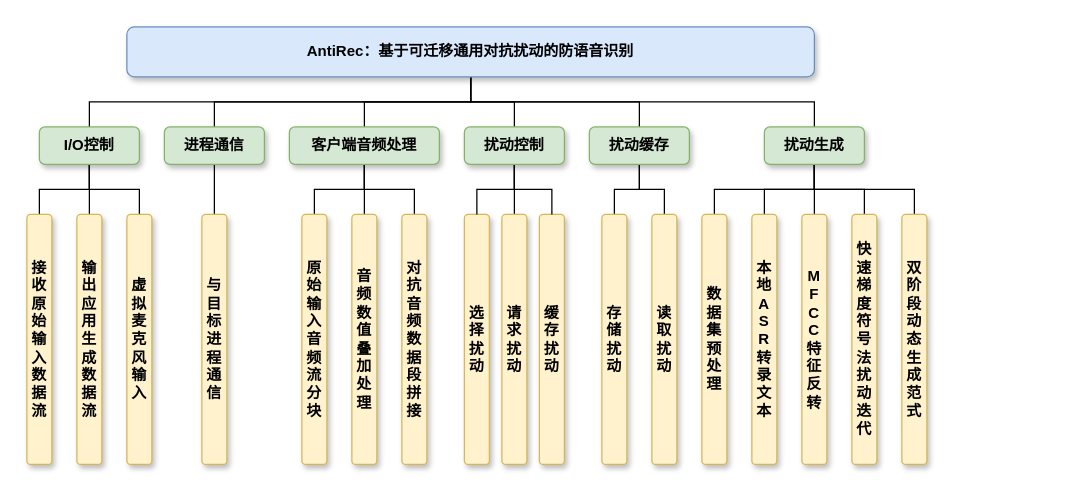
Above: 信安作品赛-系统功能模块.drawio in Momoyeyu/Draw.io-Repo (draw.io), before the change. Source tidied: cells renumbered, new cells numbered last; positions are measured from the earlier drawing's top-left corner, leaving out a move shared by most shapes. Both pictures are drawn from the tidied source at 125%, with x=0, y=0 at pixel (26, 26).
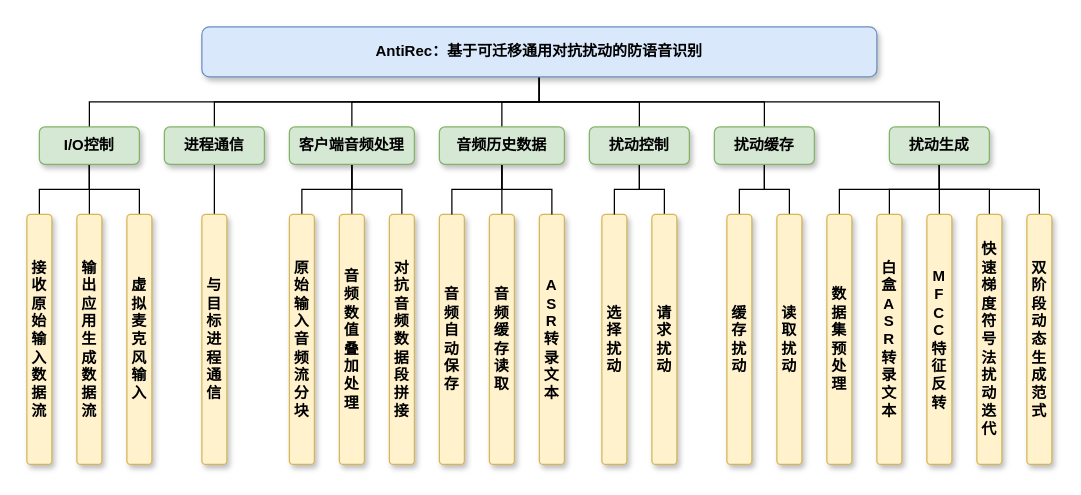
The same page after the edit.

Commit message:
更新信安作品赛-系统功能模块.drawio

What changed in the source:
```diff
@@
+    <mxCell id="49" style="edgeStyle=orthogonalEdgeStyle;rounded=0;jettySize=auto;html=1;exitX=0.5;exitY=1;exitDx=0;exitDy=0;endArrow=none;endFill=0;" parent="1" edge="1" source="8" target="55">
+      <mxGeometry relative="1" as="geometry" />
+    </mxCell>
     <mxCell id="8" value="AntiRec：基于可迁移通用对抗扰动的防语音识别" style="rounded=1;whiteSpace=wrap;html=1;fillColor=#dae8fc;strokeColor=#6c8ebf;shadow=1;fontStyle=1;" parent="1" vertex="1">
-      <mxGeometry x="80" width="550" height="40" as="geometry" />
+      <mxGeometry x="140" width="540" height="40" as="geometry" />
     </mxCell>
@@
     <mxCell id="22" value="客户端音频处理" style="rounded=1;whiteSpace=wrap;html=1;fillColor=#d5e8d4;strokeColor=#82b366;fontStyle=1;shadow=1;" parent="1" vertex="1">
-      <mxGeometry x="210" y="80" width="120" height="30" as="geometry" />
+      <mxGeometry x="210" y="80" width="100" height="30" as="geometry" />
     </mxCell>
     <mxCell id="23" value="原始输入音频流分块" style="rounded=1;whiteSpace=wrap;html=1;fillColor=#fff2cc;strokeColor=#d6b656;fontStyle=1;shadow=1;" parent="1" vertex="1">
-      <mxGeometry x="220" y="150" width="20" height="200" as="geometry" />
+      <mxGeometry x="210" y="150" width="20" height="200" as="geometry" />
     </mxCell>
     <mxCell id="24" value="对抗音频数据段拼接" style="rounded=1;whiteSpace=wrap;html=1;fillColor=#fff2cc;strokeColor=#d6b656;fontStyle=1;shadow=1;" parent="1" vertex="1">
-      <mxGeometry x="300" y="150" width="20" height="200" as="geometry" />
+      <mxGeometry x="290" y="150" width="20" height="200" as="geometry" />
     </mxCell>
     <mxCell id="25" value="音频数值叠加处理" style="rounded=1;whiteSpace=wrap;html=1;fillColor=#fff2cc;strokeColor=#d6b656;fontStyle=1;shadow=1;" parent="1" vertex="1">
-      <mxGeometry x="260" y="150" width="20" height="200" as="geometry" />
+      <mxGeometry x="250" y="150" width="20" height="200" as="geometry" />
     </mxCell>
-    <mxCell id="26" value="缓存扰动" style="rounded=1;whiteSpace=wrap;html=1;fillColor=#fff2cc;strokeColor=#d6b656;fontStyle=1;shadow=1;" parent="1" vertex="1">
-      <mxGeometry x="410" y="150" width="20" height="200" as="geometry" />
-    </mxCell>
     <mxCell id="27" value="选择扰动" style="rounded=1;whiteSpace=wrap;html=1;fillColor=#fff2cc;strokeColor=#d6b656;fontStyle=1;shadow=1;" parent="1" vertex="1">
-      <mxGeometry x="350" y="150" width="20" height="200" as="geometry" />
+      <mxGeometry x="460" y="150" width="20" height="200" as="geometry" />
     </mxCell>
@@
-    <mxCell id="29" style="edgeStyle=orthogonalEdgeStyle;rounded=0;jettySize=auto;html=1;exitX=0.5;exitY=1;exitDx=0;exitDy=0;entryX=0.5;entryY=0;entryDx=0;entryDy=0;endArrow=none;endFill=0;" parent="1" edge="1" source="31" target="26">
-      <mxGeometry relative="1" as="geometry" />
-    </mxCell>
@@
     <mxCell id="31" value="扰动控制" style="rounded=1;whiteSpace=wrap;html=1;fillColor=#d5e8d4;strokeColor=#82b366;fontStyle=1;shadow=1;" parent="1" vertex="1">
-      <mxGeometry x="350" y="80" width="80" height="30" as="geometry" />
+      <mxGeometry x="450" y="80" width="80" height="30" as="geometry" />
     </mxCell>
@@
     <mxCell id="34" value="扰动缓存" style="rounded=1;whiteSpace=wrap;html=1;fillColor=#d5e8d4;strokeColor=#82b366;fontStyle=1;shadow=1;" parent="1" vertex="1">
-      <mxGeometry x="450" y="80" width="80" height="30" as="geometry" />
+      <mxGeometry x="550" y="80" width="80" height="30" as="geometry" />
     </mxCell>
-    <mxCell id="35" value="存储扰动" style="rounded=1;whiteSpace=wrap;html=1;fillColor=#fff2cc;strokeColor=#d6b656;fontStyle=1;shadow=1;" parent="1" vertex="1">
-      <mxGeometry x="460" y="150" width="20" height="200" as="geometry" />
+    <mxCell id="35" value="缓存扰动" style="rounded=1;whiteSpace=wrap;html=1;fillColor=#fff2cc;strokeColor=#d6b656;fontStyle=1;shadow=1;" parent="1" vertex="1">
+      <mxGeometry x="560" y="150" width="20" height="200" as="geometry" />
     </mxCell>
     <mxCell id="36" value="读取扰动" style="rounded=1;whiteSpace=wrap;html=1;fillColor=#fff2cc;strokeColor=#d6b656;fontStyle=1;shadow=1;" parent="1" vertex="1">
-      <mxGeometry x="500" y="150" width="20" height="200" as="geometry" />
+      <mxGeometry x="600" y="150" width="20" height="200" as="geometry" />
     </mxCell>
     <mxCell id="37" value="请求扰动" style="rounded=1;whiteSpace=wrap;html=1;fillColor=#fff2cc;strokeColor=#d6b656;fontStyle=1;shadow=1;" parent="1" vertex="1">
-      <mxGeometry x="380" y="150" width="20" height="200" as="geometry" />
+      <mxGeometry x="500" y="150" width="20" height="200" as="geometry" />
     </mxCell>
@@
     <mxCell id="43" value="扰动生成" style="rounded=1;whiteSpace=wrap;html=1;fillColor=#d5e8d4;strokeColor=#82b366;fontStyle=1;shadow=1;" parent="1" vertex="1">
-      <mxGeometry x="590" y="80" width="80" height="30" as="geometry" />
+      <mxGeometry x="690" y="80" width="80" height="30" as="geometry" />
     </mxCell>
     <mxCell id="44" value="数据集预处理" style="rounded=1;whiteSpace=wrap;html=1;fillColor=#fff2cc;strokeColor=#d6b656;fontStyle=1;shadow=1;" parent="1" vertex="1">
-      <mxGeometry x="540" y="150" width="20" height="200" as="geometry" />
+      <mxGeometry x="640" y="150" width="20" height="200" as="geometry" />
     </mxCell>
     <mxCell id="45" value="快速梯度符号法扰动迭代" style="rounded=1;whiteSpace=wrap;html=1;fillColor=#fff2cc;strokeColor=#d6b656;fontStyle=1;shadow=1;" parent="1" vertex="1">
-      <mxGeometry x="660" y="150" width="20" height="200" as="geometry" />
+      <mxGeometry x="760" y="150" width="20" height="200" as="geometry" />
     </mxCell>
     <mxCell id="46" value="M&lt;br&gt;F&lt;br&gt;C&lt;br&gt;C特征反转" style="rounded=1;whiteSpace=wrap;html=1;fillColor=#fff2cc;strokeColor=#d6b656;fontStyle=1;shadow=1;" parent="1" vertex="1">
-      <mxGeometry x="620" y="150" width="20" height="200" as="geometry" />
+      <mxGeometry x="720" y="150" width="20" height="200" as="geometry" />
     </mxCell>
-    <mxCell id="47" value="本地A&lt;br&gt;S&lt;br&gt;R转录文本" style="rounded=1;whiteSpace=wrap;html=1;fillColor=#fff2cc;strokeColor=#d6b656;fontStyle=1;shadow=1;" parent="1" vertex="1">
-      <mxGeometry x="580" y="150" width="20" height="200" as="geometry" />
+    <mxCell id="47" value="白盒A&lt;br&gt;S&lt;br&gt;R转录文本" style="rounded=1;whiteSpace=wrap;html=1;fillColor=#fff2cc;strokeColor=#d6b656;fontStyle=1;shadow=1;" parent="1" vertex="1">
+      <mxGeometry x="680" y="150" width="20" height="200" as="geometry" />
     </mxCell>
     <mxCell id="48" value="双阶段动态生成范式" style="rounded=1;whiteSpace=wrap;html=1;fillColor=#fff2cc;strokeColor=#d6b656;fontStyle=1;shadow=1;" parent="1" vertex="1">
-      <mxGeometry x="700" y="150" width="20" height="200" as="geometry" />
+      <mxGeometry x="800" y="150" width="20" height="200" as="geometry" />
     </mxCell>
+    <mxCell id="50" value="A&lt;div&gt;S&lt;/div&gt;&lt;div&gt;R&lt;/div&gt;&lt;div&gt;转录文本&lt;/div&gt;" style="rounded=1;whiteSpace=wrap;html=1;fillColor=#fff2cc;strokeColor=#d6b656;fontStyle=1;shadow=1;" parent="1" vertex="1">
+      <mxGeometry x="410" y="150" width="20" height="200" as="geometry" />
+    </mxCell>
+    <mxCell id="51" value="音频自动保存" style="rounded=1;whiteSpace=wrap;html=1;fillColor=#fff2cc;strokeColor=#d6b656;fontStyle=1;shadow=1;" parent="1" vertex="1">
+      <mxGeometry x="330" y="150" width="20" height="200" as="geometry" />
+    </mxCell>
+    <mxCell id="52" style="edgeStyle=orthogonalEdgeStyle;rounded=0;jettySize=auto;html=1;exitX=0.5;exitY=1;exitDx=0;exitDy=0;entryX=0.5;entryY=0;entryDx=0;entryDy=0;endArrow=none;endFill=0;" parent="1" edge="1" source="55" target="51">
+      <mxGeometry relative="1" as="geometry" />
+    </mxCell>
+    <mxCell id="53" style="edgeStyle=orthogonalEdgeStyle;rounded=0;jettySize=auto;html=1;exitX=0.5;exitY=1;exitDx=0;exitDy=0;entryX=0.5;entryY=0;entryDx=0;entryDy=0;endArrow=none;endFill=0;" parent="1" edge="1" source="55" target="50">
+      <mxGeometry relative="1" as="geometry" />
+    </mxCell>
+    <mxCell id="54" style="edgeStyle=orthogonalEdgeStyle;rounded=0;jettySize=auto;html=1;exitX=0.5;exitY=1;exitDx=0;exitDy=0;entryX=0.5;entryY=0;entryDx=0;entryDy=0;endArrow=none;endFill=0;" parent="1" edge="1" source="55" target="56">
+      <mxGeometry relative="1" as="geometry" />
+    </mxCell>
+    <mxCell id="55" value="音频历史数据" style="rounded=1;whiteSpace=wrap;html=1;fillColor=#d5e8d4;strokeColor=#82b366;fontStyle=1;shadow=1;" parent="1" vertex="1">
+      <mxGeometry x="330" y="80" width="100" height="30" as="geometry" />
+    </mxCell>
+    <mxCell id="56" value="音频缓存读取" style="rounded=1;whiteSpace=wrap;html=1;fillColor=#fff2cc;strokeColor=#d6b656;fontStyle=1;shadow=1;" parent="1" vertex="1">
+      <mxGeometry x="370" y="150" width="20" height="200" as="geometry" />
+    </mxCell>
```
